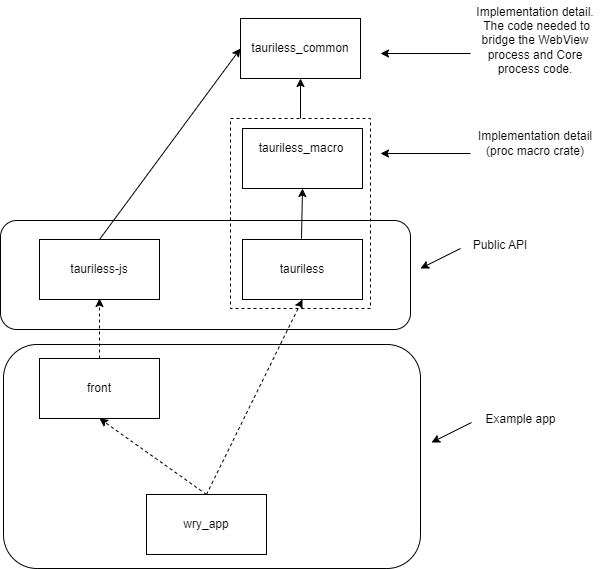
JohnScience/tauriless keeps this draw.io diagram as dependency-tree.draw.io.png. Above is the earlier version. Source tidied: cells renumbered, new cells last; positions are measured from the earlier drawing's top-left corner, leaving out a move shared by most shapes.
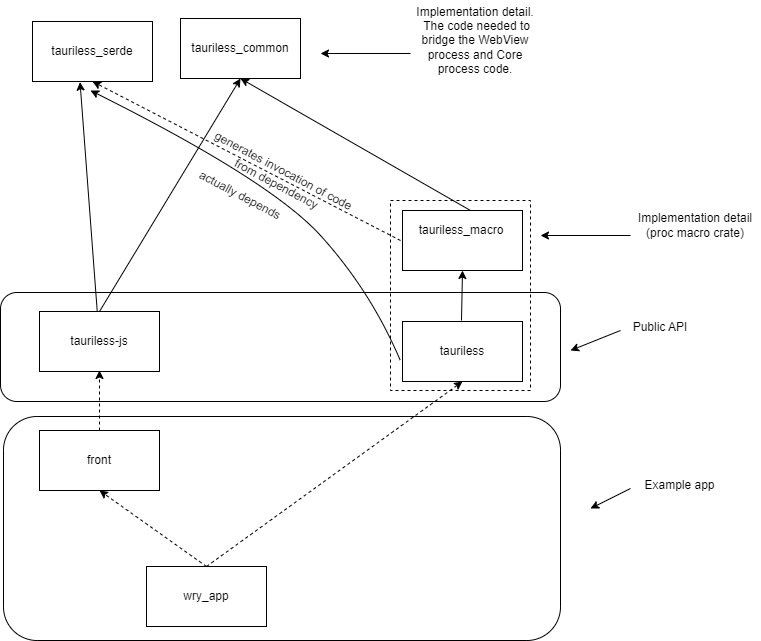
After the change.

Commit message:
Updated the tree dependency diagram

What changed in the source:
```diff
@@ -2,33 +2,36 @@
   <root>
     <mxCell id="0" />
     <mxCell id="1" parent="0" />
+    <mxCell id="21" style="rounded=1;whiteSpace=wrap;html=1;fillColor=none;" parent="1" vertex="1">
+      <mxGeometry y="220" width="560" height="109" as="geometry" />
+    </mxCell>
     <mxCell id="2" style="rounded=0;whiteSpace=wrap;html=1;" parent="1" vertex="1">
-      <mxGeometry x="240" y="18" width="120" height="60" as="geometry" />
+      <mxGeometry x="180" y="-54" width="120" height="60" as="geometry" />
     </mxCell>
     <mxCell id="3" value="tauriless_common" style="text;html=1;strokeColor=none;fillColor=none;align=center;verticalAlign=middle;whiteSpace=wrap;rounded=0;" parent="1" vertex="1">
-      <mxGeometry x="250" y="38" width="100" height="20" as="geometry" />
+      <mxGeometry x="190" y="-34" width="100" height="20" as="geometry" />
     </mxCell>
     <mxCell id="4" style="rounded=0;whiteSpace=wrap;html=1;" parent="1" vertex="1">
-      <mxGeometry x="242" y="128" width="120" height="60" as="geometry" />
+      <mxGeometry x="402" y="138" width="120" height="60" as="geometry" />
     </mxCell>
     <mxCell id="5" value="tauriless_macro" style="text;html=1;strokeColor=none;fillColor=none;align=center;verticalAlign=middle;whiteSpace=wrap;rounded=0;" parent="1" vertex="1">
-      <mxGeometry x="251" y="138" width="100" height="20" as="geometry" />
+      <mxGeometry x="411" y="148" width="100" height="20" as="geometry" />
     </mxCell>
     <mxCell id="6" style="endArrow=classic;html=1;entryX=0.5;entryY=1;entryDx=0;entryDy=0;" parent="1" edge="1" target="2">
       <mxGeometry relative="1" as="geometry">
-        <mxPoint x="300" y="118" as="sourcePoint" />
+        <mxPoint x="470" y="138" as="sourcePoint" />
       </mxGeometry>
     </mxCell>
     <mxCell id="7" style="endArrow=classic;html=1;entryX=0.5;entryY=1;entryDx=0;entryDy=0;" parent="1" edge="1" target="4">
       <mxGeometry relative="1" as="geometry">
-        <mxPoint x="301" y="238" as="sourcePoint" />
+        <mxPoint x="461" y="248" as="sourcePoint" />
       </mxGeometry>
     </mxCell>
     <mxCell id="8" style="rounded=0;whiteSpace=wrap;html=1;" parent="1" vertex="1">
-      <mxGeometry x="242" y="239" width="120" height="60" as="geometry" />
+      <mxGeometry x="402" y="249" width="120" height="60" as="geometry" />
     </mxCell>
     <mxCell id="9" value="tauriless" style="text;html=1;strokeColor=none;fillColor=none;align=center;verticalAlign=middle;whiteSpace=wrap;rounded=0;" parent="1" vertex="1">
-      <mxGeometry x="252" y="259" width="100" height="20" as="geometry" />
+      <mxGeometry x="412" y="269" width="100" height="20" as="geometry" />
     </mxCell>
     <mxCell id="10" style="rounded=0;whiteSpace=wrap;html=1;" parent="1" vertex="1">
       <mxGeometry x="39" y="239" width="120" height="60" as="geometry" />
@@ -36,7 +39,7 @@
     <mxCell id="11" value="tauriless-js" style="text;html=1;strokeColor=none;fillColor=none;align=center;verticalAlign=middle;whiteSpace=wrap;rounded=0;" parent="1" vertex="1">
       <mxGeometry x="49" y="259" width="100" height="20" as="geometry" />
     </mxCell>
-    <mxCell id="12" style="endArrow=classic;html=1;entryX=0;entryY=0.5;entryDx=0;entryDy=0;exitX=0.5;exitY=0;exitDx=0;exitDy=0;" parent="1" edge="1" source="10" target="2">
+    <mxCell id="12" style="endArrow=classic;html=1;entryX=0.5;entryY=1;entryDx=0;entryDy=0;exitX=0.5;exitY=0;exitDx=0;exitDy=0;" parent="1" edge="1" source="10" target="2">
       <mxGeometry relative="1" as="geometry" />
     </mxCell>
     <mxCell id="13" style="rounded=0;whiteSpace=wrap;html=1;" parent="1" vertex="1">
@@ -63,49 +66,75 @@
       <mxGeometry relative="1" as="geometry" />
     </mxCell>
     <mxCell id="20" style="rounded=0;whiteSpace=wrap;html=1;fillColor=none;dashed=1;" parent="1" vertex="1">
-      <mxGeometry x="230" y="118" width="140" height="190" as="geometry" />
+      <mxGeometry x="390" y="128" width="140" height="190" as="geometry" />
     </mxCell>
-    <mxCell id="21" style="rounded=1;whiteSpace=wrap;html=1;fillColor=none;" parent="1" vertex="1">
-      <mxGeometry y="220" width="410" height="109" as="geometry" />
-    </mxCell>
     <mxCell id="22" style="endArrow=classic;html=1;" parent="1" edge="1">
       <mxGeometry relative="1" as="geometry">
-        <mxPoint x="460" y="248" as="sourcePoint" />
-        <mxPoint x="420" y="268" as="targetPoint" />
+        <mxPoint x="620" y="258" as="sourcePoint" />
+        <mxPoint x="570" y="278" as="targetPoint" />
       </mxGeometry>
     </mxCell>
     <mxCell id="23" value="Public API" style="text;html=1;strokeColor=none;fillColor=none;align=center;verticalAlign=middle;whiteSpace=wrap;rounded=0;" parent="1" vertex="1">
-      <mxGeometry x="470" y="230" width="60" height="30" as="geometry" />
+      <mxGeometry x="630" y="240" width="60" height="30" as="geometry" />
     </mxCell>
     <mxCell id="24" style="endArrow=classic;html=1;" parent="1" edge="1">
       <mxGeometry relative="1" as="geometry">
-        <mxPoint x="470" y="153" as="sourcePoint" />
-        <mxPoint x="380" y="153" as="targetPoint" />
+        <mxPoint x="630" y="163" as="sourcePoint" />
+        <mxPoint x="540" y="163" as="targetPoint" />
       </mxGeometry>
     </mxCell>
     <mxCell id="25" value="Implementation detail (proc macro crate)" style="text;html=1;strokeColor=none;fillColor=none;align=center;verticalAlign=middle;whiteSpace=wrap;rounded=0;" parent="1" vertex="1">
-      <mxGeometry x="470" y="128" width="130" height="30" as="geometry" />
+      <mxGeometry x="630" y="138" width="130" height="30" as="geometry" />
     </mxCell>
     <mxCell id="26" style="rounded=1;whiteSpace=wrap;html=1;fillColor=none;" parent="1" vertex="1">
-      <mxGeometry x="3" y="344" width="417" height="224" as="geometry" />
+      <mxGeometry x="3" y="344" width="557" height="224" as="geometry" />
     </mxCell>
     <mxCell id="27" style="endArrow=classic;html=1;" parent="1" edge="1">
       <mxGeometry relative="1" as="geometry">
-        <mxPoint x="471" y="422" as="sourcePoint" />
-        <mxPoint x="431" y="442" as="targetPoint" />
+        <mxPoint x="630" y="416" as="sourcePoint" />
+        <mxPoint x="590" y="436" as="targetPoint" />
       </mxGeometry>
     </mxCell>
     <mxCell id="28" value="Example app" style="text;html=1;strokeColor=none;fillColor=none;align=center;verticalAlign=middle;whiteSpace=wrap;rounded=0;" parent="1" vertex="1">
-      <mxGeometry x="481" y="404" width="79" height="30" as="geometry" />
+      <mxGeometry x="640" y="398" width="79" height="30" as="geometry" />
     </mxCell>
     <mxCell id="29" style="endArrow=classic;html=1;" parent="1" edge="1">
       <mxGeometry relative="1" as="geometry">
-        <mxPoint x="470" y="53" as="sourcePoint" />
-        <mxPoint x="380" y="53" as="targetPoint" />
+        <mxPoint x="410" y="-19" as="sourcePoint" />
+        <mxPoint x="320" y="-19" as="targetPoint" />
       </mxGeometry>
     </mxCell>
     <mxCell id="30" value="Implementation detail.&lt;br&gt;&amp;nbsp;The code needed to bridge the WebView process and Core process code." style="text;html=1;strokeColor=none;fillColor=none;align=center;verticalAlign=middle;whiteSpace=wrap;rounded=0;" parent="1" vertex="1">
-      <mxGeometry x="470" width="130" height="80" as="geometry" />
+      <mxGeometry x="410" y="-72" width="130" height="80" as="geometry" />
     </mxCell>
+    <mxCell id="31" style="rounded=0;whiteSpace=wrap;html=1;" parent="1" vertex="1">
+      <mxGeometry x="32" y="-51" width="120" height="60" as="geometry" />
+    </mxCell>
+    <mxCell id="32" value="tauriless_serde" style="text;html=1;strokeColor=none;fillColor=none;align=center;verticalAlign=middle;whiteSpace=wrap;rounded=0;" parent="1" vertex="1">
+      <mxGeometry x="42" y="-31" width="100" height="20" as="geometry" />
+    </mxCell>
+    <mxCell id="33" style="endArrow=classic;html=1;entryX=0.5;entryY=1;entryDx=0;entryDy=0;dashed=1;" parent="1" edge="1" target="31">
+      <mxGeometry relative="1" as="geometry">
+        <mxPoint x="400" y="168" as="sourcePoint" />
+      </mxGeometry>
+    </mxCell>
+    <mxCell id="34" value="generates invocation of code from dependency" style="text;html=1;strokeColor=none;fillColor=none;align=center;verticalAlign=middle;whiteSpace=wrap;rounded=0;rotation=28;" parent="1" vertex="1">
+      <mxGeometry x="190" y="90" width="180" height="30" as="geometry" />
+    </mxCell>
+    <mxCell id="35" style="curved=1;endArrow=classic;html=1;exitX=0.714;exitY=0.624;exitDx=0;exitDy=0;exitPerimeter=0;" parent="1" edge="1" source="21">
+      <mxGeometry relative="1" as="geometry">
+        <mxPoint x="90" y="18" as="targetPoint" />
+        <Array as="points">
+          <mxPoint x="370" y="218" />
+          <mxPoint x="270" y="108" />
+        </Array>
+      </mxGeometry>
+    </mxCell>
+    <mxCell id="36" value="actually depends" style="text;html=1;strokeColor=none;fillColor=none;align=center;verticalAlign=middle;whiteSpace=wrap;rounded=0;rotation=28;" parent="1" vertex="1">
+      <mxGeometry x="150" y="108" width="180" height="30" as="geometry" />
+    </mxCell>
+    <mxCell id="37" style="endArrow=classic;html=1;entryX=0.396;entryY=1.01;entryDx=0;entryDy=0;entryPerimeter=0;" parent="1" edge="1" source="10" target="31">
+      <mxGeometry relative="1" as="geometry" />
+    </mxCell>
   </root>
 </mxGraphModel>
```
